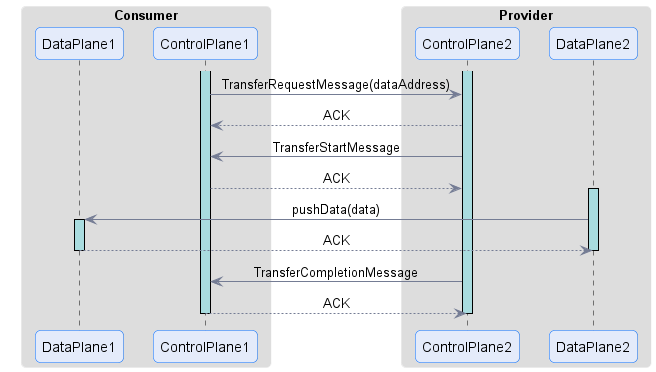
International-Data-Spaces-Association/ids-specification keeps this PlantUML diagram as transfer/figures/push-transfer-process.png. Above is the earlier version.
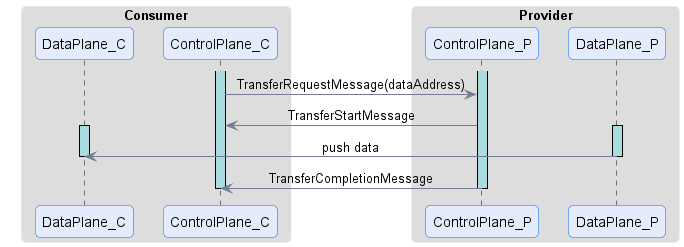
After the change.

Commit message:
chore: refactor transfer process description (#238)

What changed in the source:
```diff
@@ -1,42 +1,38 @@
 @startuml "push-transfer-process"
 !pragma layout smetana
 
-!include ../common/style/diagram.styles.puml
+!include ../../common/style/diagram.styles.puml
 
 hide empty description
 
 skinparam defaultTextAlignment center
 
 box Consumer
-participant DataPlane1
-participant ControlPlane1
+participant DataPlane_C
+participant ControlPlane_C
 end box
 
 box Provider
-participant ControlPlane2
-participant DataPlane2
+participant ControlPlane_P
+participant DataPlane_P
 end box
 
-activate ControlPlane1
-activate ControlPlane2
+activate ControlPlane_C
+activate ControlPlane_P
 
-ControlPlane1 -> ControlPlane2 : TransferRequestMessage(dataAddress)
-ControlPlane2 --> ControlPlane1 : ACK
+ControlPlane_C -> ControlPlane_P : TransferRequestMessage(dataAddress)
 
-ControlPlane2 -> ControlPlane1 : TransferStartMessage
-ControlPlane1 --> ControlPlane2 : ACK
+ControlPlane_P -> ControlPlane_C : TransferStartMessage
 
-activate DataPlane2
-DataPlane2 -> DataPlane1 : pushData(data)
-activate DataPlane1
-DataPlane1 --> DataPlane2 : ACK
-deactivate DataPlane2
-deactivate DataPlane1
+activate DataPlane_C
+activate DataPlane_P
+DataPlane_P -> DataPlane_C : push data
+deactivate DataPlane_P
+deactivate DataPlane_C
 
-ControlPlane2 -> ControlPlane1 : TransferCompletionMessage
-ControlPlane1 --> ControlPlane2 : ACK
+ControlPlane_P -> ControlPlane_C : TransferCompletionMessage
 
-deactivate ControlPlane1
-deactivate ControlPlane2
+deactivate ControlPlane_C
+deactivate ControlPlane_P
 
 @enduml
```
